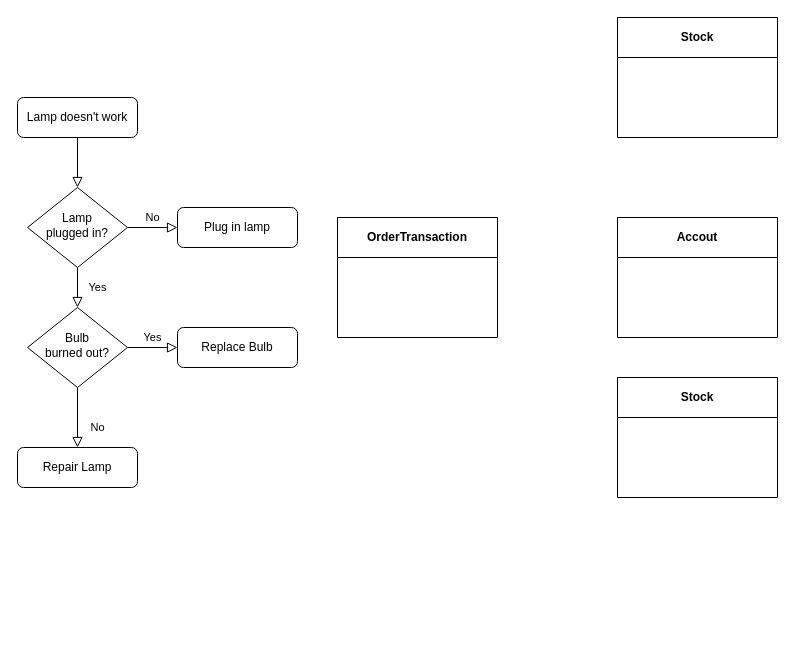
This is 分布式事务.drawio from Allen9797/WorkZone, a draw.io file, before an edit. Source tidied: cells renumbered, new cells numbered last; positions are measured from the earlier drawing's top-left corner, leaving out a move shared by most shapes. Both pictures are drawn from the tidied source at 100%, with x=0, y=0 at pixel (17, 17).
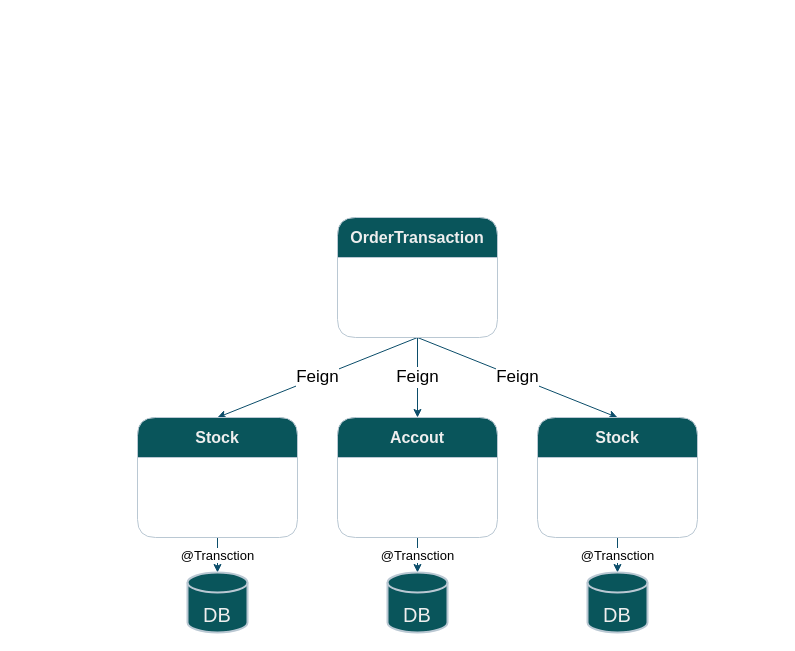
Above is the later version.

Commit message:
更新分布式事务.drawio

What changed in the source:
```diff
@@
 <mxGraphModel>
   <root>
     <mxCell id="0" />
     <mxCell id="1" parent="0" />
-    <mxCell id="2" style="rounded=0;html=1;jettySize=auto;fontSize=11;endArrow=block;endFill=0;endSize=8;strokeWidth=1;shadow=0;labelBackgroundColor=none;edgeStyle=orthogonalEdgeStyle;" parent="1" edge="1" source="3" target="6">
-      <mxGeometry relative="1" as="geometry" />
-    </mxCell>
-    <mxCell id="3" value="Lamp doesn't work" style="rounded=1;whiteSpace=wrap;html=1;fontSize=12;glass=0;strokeWidth=1;shadow=0;" parent="1" vertex="1">
-      <mxGeometry y="80" width="120" height="40" as="geometry" />
-    </mxCell>
-    <mxCell id="4" value="Yes" style="rounded=0;html=1;jettySize=auto;fontSize=11;endArrow=block;endFill=0;endSize=8;strokeWidth=1;shadow=0;labelBackgroundColor=none;edgeStyle=orthogonalEdgeStyle;" parent="1" edge="1" source="6" target="10">
-      <mxGeometry y="20" relative="1" as="geometry" />
-    </mxCell>
-    <mxCell id="5" value="No" style="edgeStyle=orthogonalEdgeStyle;rounded=0;html=1;jettySize=auto;fontSize=11;endArrow=block;endFill=0;endSize=8;strokeWidth=1;shadow=0;labelBackgroundColor=none;" parent="1" edge="1" source="6" target="7">
-      <mxGeometry y="10" relative="1" as="geometry" />
-    </mxCell>
-    <mxCell id="6" value="Lamp&lt;br&gt;plugged in?" style="rhombus;whiteSpace=wrap;html=1;shadow=0;fontFamily=Helvetica;fontSize=12;align=center;strokeWidth=1;spacing=6;spacingTop=-4;" parent="1" vertex="1">
-      <mxGeometry x="10" y="170" width="100" height="80" as="geometry" />
-    </mxCell>
-    <mxCell id="7" value="Plug in lamp" style="rounded=1;whiteSpace=wrap;html=1;fontSize=12;glass=0;strokeWidth=1;shadow=0;" parent="1" vertex="1">
-      <mxGeometry x="160" y="190" width="120" height="40" as="geometry" />
-    </mxCell>
-    <mxCell id="8" value="No" style="rounded=0;html=1;jettySize=auto;fontSize=11;endArrow=block;endFill=0;endSize=8;strokeWidth=1;shadow=0;labelBackgroundColor=none;edgeStyle=orthogonalEdgeStyle;" parent="1" edge="1" source="10" target="11">
-      <mxGeometry x="0.33" y="20" relative="1" as="geometry" />
-    </mxCell>
-    <mxCell id="9" value="Yes" style="edgeStyle=orthogonalEdgeStyle;rounded=0;html=1;jettySize=auto;fontSize=11;endArrow=block;endFill=0;endSize=8;strokeWidth=1;shadow=0;labelBackgroundColor=none;" parent="1" edge="1" source="10" target="12">
-      <mxGeometry y="10" relative="1" as="geometry" />
-    </mxCell>
-    <mxCell id="10" value="Bulb&lt;br&gt;burned out?" style="rhombus;whiteSpace=wrap;html=1;shadow=0;fontFamily=Helvetica;fontSize=12;align=center;strokeWidth=1;spacing=6;spacingTop=-4;" parent="1" vertex="1">
-      <mxGeometry x="10" y="290" width="100" height="80" as="geometry" />
-    </mxCell>
-    <mxCell id="11" value="Repair Lamp" style="rounded=1;whiteSpace=wrap;html=1;fontSize=12;glass=0;strokeWidth=1;shadow=0;" parent="1" vertex="1">
-      <mxGeometry y="430" width="120" height="40" as="geometry" />
-    </mxCell>
-    <mxCell id="12" value="Replace Bulb" style="rounded=1;whiteSpace=wrap;html=1;fontSize=12;glass=0;strokeWidth=1;shadow=0;" parent="1" vertex="1">
-      <mxGeometry x="160" y="310" width="120" height="40" as="geometry" />
-    </mxCell>
+    <mxCell id="17" value="Feign" style="edgeStyle=orthogonalEdgeStyle;rounded=0;jettySize=auto;html=1;exitX=0.5;exitY=1;exitDx=0;exitDy=0;strokeColor=#0B4D6A;fontSize=17;" parent="1" edge="1" source="13" target="14">
+      <mxGeometry relative="1" as="geometry" />
+    </mxCell>
+    <mxCell id="18" value="Feign" style="rounded=0;jettySize=auto;html=1;exitX=0.5;exitY=1;exitDx=0;exitDy=0;entryX=0.5;entryY=0;entryDx=0;entryDy=0;strokeColor=#0B4D6A;fontSize=17;" parent="1" edge="1" source="13" target="15">
+      <mxGeometry relative="1" as="geometry" />
+    </mxCell>
+    <mxCell id="19" value="Feign" style="rounded=0;jettySize=auto;html=1;exitX=0.5;exitY=1;exitDx=0;exitDy=0;entryX=0.5;entryY=0;entryDx=0;entryDy=0;strokeColor=#0B4D6A;fontSize=17;" parent="1" edge="1" source="13" target="16">
+      <mxGeometry relative="1" as="geometry" />
+    </mxCell>
-    <mxCell id="13" value="OrderTransaction" style="swimlane;whiteSpace=wrap;html=1;startSize=40;" parent="1" vertex="1">
+    <mxCell id="13" value="OrderTransaction" style="swimlane;whiteSpace=wrap;html=1;startSize=40;rounded=1;labelBackgroundColor=none;fillColor=#09555B;strokeColor=#BAC8D3;fontColor=#EEEEEE;fontSize=16;" parent="1" vertex="1">
       <mxGeometry x="320" y="200" width="160" height="120" as="geometry" />
     </mxCell>
+    <mxCell id="20" value="@Transction" style="edgeStyle=orthogonalEdgeStyle;rounded=0;jettySize=auto;html=1;exitX=0.5;exitY=1;exitDx=0;exitDy=0;entryX=0.5;entryY=0;entryDx=0;entryDy=0;entryPerimeter=0;strokeColor=#0B4D6A;fontSize=13;" parent="1" edge="1" source="14" target="24">
+      <mxGeometry relative="1" as="geometry" />
+    </mxCell>
-    <mxCell id="14" value="Accout" style="swimlane;whiteSpace=wrap;html=1;startSize=40;" parent="1" vertex="1">
-      <mxGeometry x="600" y="200" width="160" height="120" as="geometry" />
+    <mxCell id="14" value="Accout" style="swimlane;whiteSpace=wrap;html=1;startSize=40;rounded=1;labelBackgroundColor=none;fillColor=#09555B;strokeColor=#BAC8D3;fontColor=#EEEEEE;fontSize=16;" parent="1" vertex="1">
+      <mxGeometry x="320" y="400" width="160" height="120" as="geometry" />
     </mxCell>
+    <mxCell id="21" value="@Transction" style="edgeStyle=orthogonalEdgeStyle;rounded=0;jettySize=auto;html=1;exitX=0.5;exitY=1;exitDx=0;exitDy=0;entryX=0.5;entryY=0;entryDx=0;entryDy=0;entryPerimeter=0;strokeColor=#0B4D6A;fontSize=13;" parent="1" edge="1" source="15" target="23">
+      <mxGeometry relative="1" as="geometry" />
+    </mxCell>
-    <mxCell id="15" value="Stock" style="swimlane;whiteSpace=wrap;html=1;startSize=40;" parent="1" vertex="1">
-      <mxGeometry x="600" width="160" height="120" as="geometry" />
+    <mxCell id="15" value="Stock" style="swimlane;whiteSpace=wrap;html=1;startSize=40;rounded=1;labelBackgroundColor=none;fillColor=#09555B;strokeColor=#BAC8D3;fontColor=#EEEEEE;fontSize=16;" parent="1" vertex="1">
+      <mxGeometry x="120" y="400" width="160" height="120" as="geometry" />
     </mxCell>
+    <mxCell id="22" value="@Transction" style="edgeStyle=orthogonalEdgeStyle;rounded=0;jettySize=auto;html=1;exitX=0.5;exitY=1;exitDx=0;exitDy=0;entryX=0.5;entryY=0;entryDx=0;entryDy=0;entryPerimeter=0;strokeColor=#0B4D6A;fontSize=13;" parent="1" edge="1" source="16" target="25">
+      <mxGeometry relative="1" as="geometry" />
+    </mxCell>
-    <mxCell id="16" value="Stock" style="swimlane;whiteSpace=wrap;html=1;startSize=40;" parent="1" vertex="1">
-      <mxGeometry x="600" y="360" width="160" height="120" as="geometry" />
+    <mxCell id="16" value="Stock" style="swimlane;whiteSpace=wrap;html=1;startSize=40;rounded=1;labelBackgroundColor=none;fillColor=#09555B;strokeColor=#BAC8D3;fontColor=#EEEEEE;fontSize=16;" parent="1" vertex="1">
+      <mxGeometry x="520" y="400" width="160" height="120" as="geometry" />
     </mxCell>
+    <mxCell id="23" value="&lt;br&gt;DB" style="strokeWidth=2;html=1;shape=mxgraph.flowchart.database;whiteSpace=wrap;strokeColor=#BAC8D3;fontColor=#EEEEEE;fillColor=#09555B;fontSize=20;" parent="1" vertex="1">
+      <mxGeometry x="170" y="555" width="60" height="60" as="geometry" />
+    </mxCell>
+    <mxCell id="24" value="&lt;br&gt;DB" style="strokeWidth=2;html=1;shape=mxgraph.flowchart.database;whiteSpace=wrap;strokeColor=#BAC8D3;fontColor=#EEEEEE;fillColor=#09555B;fontSize=20;" parent="1" vertex="1">
+      <mxGeometry x="370" y="555" width="60" height="60" as="geometry" />
+    </mxCell>
+    <mxCell id="25" value="&lt;br&gt;DB" style="strokeWidth=2;html=1;shape=mxgraph.flowchart.database;whiteSpace=wrap;strokeColor=#BAC8D3;fontColor=#EEEEEE;fillColor=#09555B;fontSize=20;" parent="1" vertex="1">
+      <mxGeometry x="570" y="555" width="60" height="60" as="geometry" />
+    </mxCell>
   </root>
 </mxGraphModel>
```
